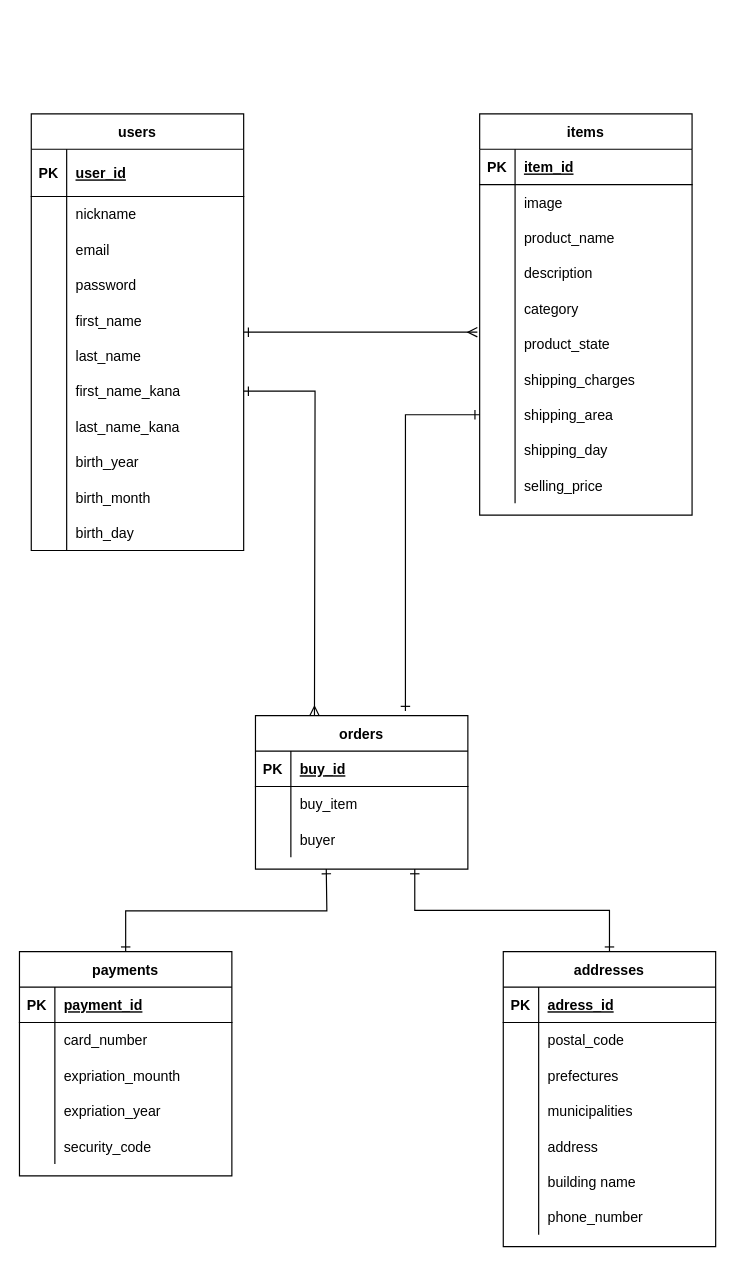
This is page "ページ1" (1 of 2) of public/furima.dio from toshi-1009/furima-35041, a draw.io file, before an edit. Source tidied: cells renumbered, new cells numbered last; positions are measured from the earlier drawing's top-left corner, leaving out a move shared by most shapes. Both pictures are drawn from the tidied source at 118%, with x=0, y=0 at pixel (19, 113).
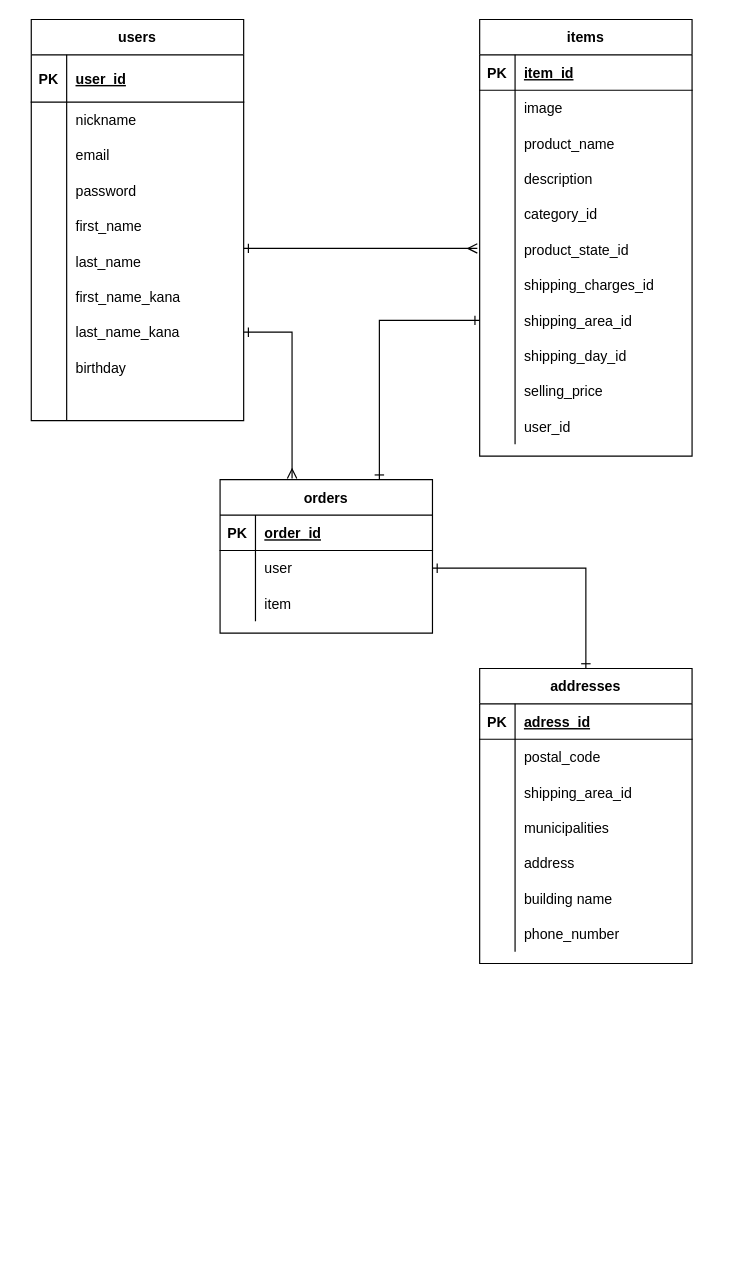
The same diagram, later.

Unchanged cells that the change refers to:
```xml
<mxCell id="16" style="shape=partialRectangle;fillColor=none;top=0;left=0;bottom=0;right=0;points=[[0,0.5],[1,0.5]];portConstraint=eastwest;" parent="3" vertex="1">
  <mxGeometry y="160" width="180" height="30" as="geometry" />
</mxCell>
<mxCell id="22" style="shape=partialRectangle;fillColor=none;top=0;left=0;bottom=0;right=0;points=[[0,0.5],[1,0.5]];portConstraint=eastwest;" parent="3" vertex="1">
  <mxGeometry y="220" width="180" height="30" as="geometry" />
</mxCell>
<mxCell id="25" style="shape=partialRectangle;fillColor=none;top=0;left=0;bottom=0;right=0;points=[[0,0.5],[1,0.5]];portConstraint=eastwest;" parent="3" vertex="1">
  <mxGeometry y="250" width="180" height="30" as="geometry" />
</mxCell>
<mxCell id="28" style="shape=partialRectangle;fillColor=none;top=0;left=0;bottom=0;right=0;" parent="3" vertex="1">
  <mxGeometry y="280" width="180" height="30" as="geometry" />
</mxCell>
<mxCell id="31" style="shape=partialRectangle;fillColor=none;top=0;left=0;bottom=0;right=0;" parent="3" vertex="1">
  <mxGeometry y="310" width="180" height="30" as="geometry" />
</mxCell>
<mxCell id="50" style="shape=partialRectangle;fillColor=none;top=0;left=0;bottom=0;right=0;" parent="37" vertex="1">
  <mxGeometry y="150" width="180" height="30" as="geometry" />
</mxCell>
<mxCell id="53" style="shape=partialRectangle;fillColor=none;top=0;left=0;bottom=0;right=0;points=[[0,0.5],[1,0.5]];portConstraint=eastwest;" parent="37" vertex="1">
  <mxGeometry y="180" width="180" height="30" as="geometry" />
</mxCell>
<mxCell id="56" style="shape=partialRectangle;fillColor=none;top=0;left=0;bottom=0;right=0;" parent="37" vertex="1">
  <mxGeometry y="210" width="180" height="30" as="geometry" />
</mxCell>
<mxCell id="70" style="shape=partialRectangle;fillColor=none;top=0;left=0;bottom=1;right=0;" parent="69" vertex="1">
  <mxGeometry y="30" width="180" height="30" as="geometry" />
</mxCell>
<mxCell id="73" style="shape=partialRectangle;fillColor=none;top=0;left=0;bottom=0;right=0;points=[[0,0.5],[1,0.5]];portConstraint=eastwest;" parent="69" vertex="1">
  <mxGeometry y="60" width="180" height="30" as="geometry" />
</mxCell>
<mxCell id="76" style="shape=partialRectangle;fillColor=none;top=0;left=0;bottom=0;right=0;" parent="69" vertex="1">
  <mxGeometry y="90" width="180" height="30" as="geometry" />
</mxCell>
<mxCell id="103" style="shape=partialRectangle;fillColor=none;top=0;left=0;bottom=0;right=0;" parent="96" vertex="1">
  <mxGeometry y="90" width="180" height="30" as="geometry" />
</mxCell>
```

Change to the diagram source:
```diff
@@
-    <mxCell id="2" style="edgeStyle=orthogonalEdgeStyle;rounded=0;jettySize=auto;html=1;entryX=-0.011;entryY=0.167;entryDx=0;entryDy=0;entryPerimeter=0;startArrow=ERone;startFill=0;endArrow=ERmany;endFill=0;" parent="1" edge="1" source="3" target="53">
-      <mxGeometry relative="1" as="geometry" />
+    <mxCell id="2" style="edgeStyle=orthogonalEdgeStyle;rounded=0;jettySize=auto;html=1;startArrow=ERone;startFill=0;endArrow=ERmany;endFill=0;exitX=1;exitY=1.133;exitDx=0;exitDy=0;exitPerimeter=0;" parent="1" edge="1" source="16">
+      <mxGeometry relative="1" as="geometry">
+        <mxPoint x="388" y="114" as="targetPoint" />
+        <Array as="points">
+          <mxPoint x="388" y="114" />
+        </Array>
+      </mxGeometry>
     </mxCell>
     <mxCell id="3" value="users" style="shape=table;startSize=30;childLayout=tableLayout;rowLines=0;fontStyle=1;align=center;" parent="1" vertex="1">
-      <mxGeometry x="10" width="180" height="370" as="geometry" />
+      <mxGeometry x="10" y="-80" width="180" height="340" as="geometry" />
     </mxCell>
@@
-    <mxCell id="30" value="birth_year" style="shape=partialRectangle;fillColor=none;top=0;left=0;bottom=0;right=0;align=left;spacingLeft=6;overflow=hidden;" parent="28" vertex="1">
+    <mxCell id="30" value="birthday" style="shape=partialRectangle;fillColor=none;top=0;left=0;bottom=0;right=0;align=left;spacingLeft=6;overflow=hidden;" parent="28" vertex="1">
       <mxGeometry x="30" width="150" height="30" as="geometry" />
     </mxCell>
@@
-    <mxCell id="32" style="shape=partialRectangle;fillColor=none;top=0;left=0;bottom=0;right=0;overflow=hidden;" parent="31" vertex="1">
-      <mxGeometry width="30" height="30" as="geometry" />
-    </mxCell>
-    <mxCell id="33" value="birth_month" style="shape=partialRectangle;fillColor=none;top=0;left=0;bottom=0;right=0;align=left;spacingLeft=6;overflow=hidden;" parent="31" vertex="1">
-      <mxGeometry x="30" width="150" height="30" as="geometry" />
-    </mxCell>
-    <mxCell id="34" style="shape=partialRectangle;fillColor=none;top=0;left=0;bottom=0;right=0;" parent="3" vertex="1">
-      <mxGeometry y="340" width="180" height="30" as="geometry" />
-    </mxCell>
-    <mxCell id="35" style="shape=partialRectangle;fillColor=none;top=0;left=0;bottom=0;right=0;overflow=hidden;" parent="34" vertex="1">
-      <mxGeometry width="30" height="30" as="geometry" />
-    </mxCell>
-    <mxCell id="36" value="birth_day" style="shape=partialRectangle;fillColor=none;top=0;left=0;bottom=0;right=0;align=left;spacingLeft=6;overflow=hidden;" parent="34" vertex="1">
-      <mxGeometry x="30" width="150" height="30" as="geometry" />
-    </mxCell>
+    <mxCell id="120" style="shape=partialRectangle;fillColor=none;top=0;left=0;bottom=0;right=0;overflow=hidden;" parent="31" vertex="1">
+      <mxGeometry width="30" height="30" as="geometry" />
+    </mxCell>
+    <mxCell id="121" style="shape=partialRectangle;fillColor=none;top=0;left=0;bottom=0;right=0;align=left;spacingLeft=6;overflow=hidden;" parent="31" vertex="1">
+      <mxGeometry x="30" width="150" height="30" as="geometry" />
+    </mxCell>
     <mxCell id="37" value="items" style="shape=table;startSize=30;childLayout=tableLayout;rowLines=0;fontStyle=1;align=center;" parent="1" vertex="1">
-      <mxGeometry x="390" width="180" height="340" as="geometry" />
+      <mxGeometry x="390" y="-80" width="180" height="370" as="geometry" />
     </mxCell>
@@
-    <mxCell id="52" value="category" style="shape=partialRectangle;fillColor=none;top=0;left=0;bottom=0;right=0;align=left;spacingLeft=6;overflow=hidden;" parent="50" vertex="1">
+    <mxCell id="52" value="category_id" style="shape=partialRectangle;fillColor=none;top=0;left=0;bottom=0;right=0;align=left;spacingLeft=6;overflow=hidden;" parent="50" vertex="1">
       <mxGeometry x="30" width="150" height="30" as="geometry" />
     </mxCell>
@@
-    <mxCell id="55" value="product_state" style="shape=partialRectangle;fillColor=none;top=0;left=0;bottom=0;right=0;align=left;spacingLeft=6;overflow=hidden;" parent="53" vertex="1">
+    <mxCell id="55" value="product_state_id" style="shape=partialRectangle;fillColor=none;top=0;left=0;bottom=0;right=0;align=left;spacingLeft=6;overflow=hidden;" parent="53" vertex="1">
       <mxGeometry x="30" width="150" height="30" as="geometry" />
     </mxCell>
@@
-    <mxCell id="58" value="shipping_charges" style="shape=partialRectangle;fillColor=none;top=0;left=0;bottom=0;right=0;align=left;spacingLeft=6;overflow=hidden;" parent="56" vertex="1">
+    <mxCell id="58" value="shipping_charges_id" style="shape=partialRectangle;fillColor=none;top=0;left=0;bottom=0;right=0;align=left;spacingLeft=6;overflow=hidden;" parent="56" vertex="1">
       <mxGeometry x="30" width="150" height="30" as="geometry" />
     </mxCell>
+    <mxCell id="122" style="shape=partialRectangle;fillColor=none;top=0;left=0;bottom=0;right=0;points=[[0,0.5],[1,0.5]];portConstraint=eastwest;" parent="37" vertex="1">
+      <mxGeometry y="240" width="180" height="30" as="geometry" />
+    </mxCell>
+    <mxCell id="123" style="shape=partialRectangle;fillColor=none;top=0;left=0;bottom=0;right=0;overflow=hidden;" parent="122" vertex="1">
+      <mxGeometry width="30" height="30" as="geometry" />
+    </mxCell>
+    <mxCell id="124" value="shipping_area_id" style="shape=partialRectangle;fillColor=none;top=0;left=0;bottom=0;right=0;align=left;spacingLeft=6;overflow=hidden;" parent="122" vertex="1">
+      <mxGeometry x="30" width="150" height="30" as="geometry" />
+    </mxCell>
     <mxCell id="59" style="shape=partialRectangle;fillColor=none;top=0;left=0;bottom=0;right=0;points=[[0,0.5],[1,0.5]];portConstraint=eastwest;" parent="37" vertex="1">
-      <mxGeometry y="240" width="180" height="30" as="geometry" />
+      <mxGeometry y="270" width="180" height="30" as="geometry" />
     </mxCell>
@@
-    <mxCell id="61" value="shipping_area" style="shape=partialRectangle;fillColor=none;top=0;left=0;bottom=0;right=0;align=left;spacingLeft=6;overflow=hidden;" parent="59" vertex="1">
+    <mxCell id="61" value="shipping_day_id" style="shape=partialRectangle;fillColor=none;top=0;left=0;bottom=0;right=0;align=left;spacingLeft=6;overflow=hidden;" parent="59" vertex="1">
       <mxGeometry x="30" width="150" height="30" as="geometry" />
     </mxCell>
-    <mxCell id="62" style="shape=partialRectangle;fillColor=none;top=0;left=0;bottom=0;right=0;" parent="37" vertex="1">
-      <mxGeometry y="270" width="180" height="30" as="geometry" />
-    </mxCell>
-    <mxCell id="63" style="shape=partialRectangle;fillColor=none;top=0;left=0;bottom=0;right=0;overflow=hidden;" parent="62" vertex="1">
-      <mxGeometry width="30" height="30" as="geometry" />
-    </mxCell>
-    <mxCell id="64" value="shipping_day" style="shape=partialRectangle;fillColor=none;top=0;left=0;bottom=0;right=0;align=left;spacingLeft=6;overflow=hidden;" parent="62" vertex="1">
-      <mxGeometry x="30" width="150" height="30" as="geometry" />
-    </mxCell>
@@
-    <mxCell id="68" style="edgeStyle=orthogonalEdgeStyle;rounded=0;jettySize=auto;html=1;exitX=0.75;exitY=1;exitDx=0;exitDy=0;entryX=0.5;entryY=0;entryDx=0;entryDy=0;startArrow=ERone;startFill=0;endArrow=ERone;endFill=0;" parent="1" edge="1" source="69" target="96">
-      <mxGeometry relative="1" as="geometry" />
-    </mxCell>
+    <mxCell id="125" style="shape=partialRectangle;fillColor=none;top=0;left=0;bottom=0;right=0;" parent="37" vertex="1">
+      <mxGeometry y="330" width="180" height="30" as="geometry" />
+    </mxCell>
+    <mxCell id="126" style="shape=partialRectangle;fillColor=none;top=0;left=0;bottom=0;right=0;overflow=hidden;" parent="125" vertex="1">
+      <mxGeometry width="30" height="30" as="geometry" />
+    </mxCell>
+    <mxCell id="127" value="user_id" style="shape=partialRectangle;fillColor=none;top=0;left=0;bottom=0;right=0;align=left;spacingLeft=6;overflow=hidden;" parent="125" vertex="1">
+      <mxGeometry x="30" width="150" height="30" as="geometry" />
+    </mxCell>
     <mxCell id="69" value="orders" style="shape=table;startSize=30;childLayout=tableLayout;rowLines=0;fontStyle=1;align=center;" parent="1" vertex="1">
-      <mxGeometry x="200" y="510" width="180" height="130" as="geometry" />
+      <mxGeometry x="170" y="310" width="180" height="130" as="geometry" />
     </mxCell>
@@
-    <mxCell id="72" value="buy_id" style="shape=partialRectangle;fillColor=none;top=0;left=0;bottom=0;right=0;align=left;spacingLeft=6;fontStyle=5;overflow=hidden;" parent="70" vertex="1">
+    <mxCell id="72" value="order_id" style="shape=partialRectangle;fillColor=none;top=0;left=0;bottom=0;right=0;align=left;spacingLeft=6;fontStyle=5;overflow=hidden;" parent="70" vertex="1">
       <mxGeometry x="30" width="150" height="30" as="geometry" />
     </mxCell>
@@
-    <mxCell id="75" value="buy_item" style="shape=partialRectangle;fillColor=none;top=0;left=0;bottom=0;right=0;align=left;spacingLeft=6;overflow=hidden;" parent="73" vertex="1">
+    <mxCell id="75" value="user" style="shape=partialRectangle;fillColor=none;top=0;left=0;bottom=0;right=0;align=left;spacingLeft=6;overflow=hidden;" parent="73" vertex="1">
       <mxGeometry x="30" width="150" height="30" as="geometry" />
     </mxCell>
@@
-    <mxCell id="78" value="buyer" style="shape=partialRectangle;fillColor=none;top=0;left=0;bottom=0;right=0;align=left;spacingLeft=6;overflow=hidden;" parent="76" vertex="1">
+    <mxCell id="78" value="item" style="shape=partialRectangle;fillColor=none;top=0;left=0;bottom=0;right=0;align=left;spacingLeft=6;overflow=hidden;" parent="76" vertex="1">
       <mxGeometry x="30" width="150" height="30" as="geometry" />
     </mxCell>
-    <mxCell id="79" style="edgeStyle=orthogonalEdgeStyle;rounded=0;jettySize=auto;html=1;exitX=0.5;exitY=0;exitDx=0;exitDy=0;startArrow=ERone;startFill=0;endArrow=ERone;endFill=0;" parent="1" edge="1" source="80">
-      <mxGeometry relative="1" as="geometry">
-        <mxPoint x="260" y="640" as="targetPoint" />
-      </mxGeometry>
-    </mxCell>
-    <mxCell id="80" value="payments" style="shape=table;startSize=30;childLayout=tableLayout;rowLines=0;fontStyle=1;align=center;" parent="1" vertex="1">
-      <mxGeometry y="710" width="180" height="190" as="geometry" />
-    </mxCell>
-    <mxCell id="81" style="shape=partialRectangle;fillColor=none;top=0;left=0;bottom=1;right=0;" parent="80" vertex="1">
-      <mxGeometry y="30" width="180" height="30" as="geometry" />
-    </mxCell>
-    <mxCell id="82" value="PK" style="shape=partialRectangle;fillColor=none;top=0;left=0;bottom=0;right=0;fontStyle=1;overflow=hidden;" parent="81" vertex="1">
-      <mxGeometry width="30" height="30" as="geometry" />
-    </mxCell>
-    <mxCell id="83" value="payment_id" style="shape=partialRectangle;fillColor=none;top=0;left=0;bottom=0;right=0;align=left;spacingLeft=6;fontStyle=5;overflow=hidden;" parent="81" vertex="1">
-      <mxGeometry x="30" width="150" height="30" as="geometry" />
-    </mxCell>
-    <mxCell id="84" style="shape=partialRectangle;fillColor=none;top=0;left=0;bottom=0;right=0;" parent="80" vertex="1">
-      <mxGeometry y="60" width="180" height="30" as="geometry" />
-    </mxCell>
-    <mxCell id="85" style="shape=partialRectangle;fillColor=none;top=0;left=0;bottom=0;right=0;overflow=hidden;" parent="84" vertex="1">
-      <mxGeometry width="30" height="30" as="geometry" />
-    </mxCell>
-    <mxCell id="86" value="card_number" style="shape=partialRectangle;fillColor=none;top=0;left=0;bottom=0;right=0;align=left;spacingLeft=6;overflow=hidden;" parent="84" vertex="1">
-      <mxGeometry x="30" width="150" height="30" as="geometry" />
-    </mxCell>
-    <mxCell id="87" style="shape=partialRectangle;fillColor=none;top=0;left=0;bottom=0;right=0;" parent="80" vertex="1">
-      <mxGeometry y="90" width="180" height="30" as="geometry" />
-    </mxCell>
-    <mxCell id="88" style="shape=partialRectangle;fillColor=none;top=0;left=0;bottom=0;right=0;overflow=hidden;" parent="87" vertex="1">
-      <mxGeometry width="30" height="30" as="geometry" />
-    </mxCell>
-    <mxCell id="89" value="expriation_mounth" style="shape=partialRectangle;fillColor=none;top=0;left=0;bottom=0;right=0;align=left;spacingLeft=6;overflow=hidden;" parent="87" vertex="1">
-      <mxGeometry x="30" width="150" height="30" as="geometry" />
-    </mxCell>
-    <mxCell id="90" style="shape=partialRectangle;fillColor=none;top=0;left=0;bottom=0;right=0;" parent="80" vertex="1">
-      <mxGeometry y="120" width="180" height="30" as="geometry" />
-    </mxCell>
-    <mxCell id="91" style="shape=partialRectangle;fillColor=none;top=0;left=0;bottom=0;right=0;overflow=hidden;" parent="90" vertex="1">
-      <mxGeometry width="30" height="30" as="geometry" />
-    </mxCell>
-    <mxCell id="92" value="expriation_year" style="shape=partialRectangle;fillColor=none;top=0;left=0;bottom=0;right=0;align=left;spacingLeft=6;overflow=hidden;" parent="90" vertex="1">
-      <mxGeometry x="30" width="150" height="30" as="geometry" />
-    </mxCell>
-    <mxCell id="93" style="shape=partialRectangle;fillColor=none;top=0;left=0;bottom=0;right=0;" parent="80" vertex="1">
-      <mxGeometry y="150" width="180" height="30" as="geometry" />
-    </mxCell>
-    <mxCell id="94" style="shape=partialRectangle;fillColor=none;top=0;left=0;bottom=0;right=0;overflow=hidden;" parent="93" vertex="1">
-      <mxGeometry width="30" height="30" as="geometry" />
-    </mxCell>
-    <mxCell id="95" value="security_code" style="shape=partialRectangle;fillColor=none;top=0;left=0;bottom=0;right=0;align=left;spacingLeft=6;overflow=hidden;" parent="93" vertex="1">
-      <mxGeometry x="30" width="150" height="30" as="geometry" />
-    </mxCell>
     <mxCell id="96" value="addresses" style="shape=table;startSize=30;childLayout=tableLayout;rowLines=0;fontStyle=1;align=center;" parent="1" vertex="1">
-      <mxGeometry x="410" y="710" width="180" height="250" as="geometry" />
+      <mxGeometry x="390" y="470" width="180" height="250" as="geometry" />
     </mxCell>
@@
-    <mxCell id="105" value="prefectures" style="shape=partialRectangle;fillColor=none;top=0;left=0;bottom=0;right=0;align=left;spacingLeft=6;overflow=hidden;" parent="103" vertex="1">
+    <mxCell id="105" value="shipping_area_id" style="shape=partialRectangle;fillColor=none;top=0;left=0;bottom=0;right=0;align=left;spacingLeft=6;overflow=hidden;" parent="103" vertex="1">
       <mxGeometry x="30" width="150" height="30" as="geometry" />
     </mxCell>
@@
-    <mxCell id="118" style="edgeStyle=orthogonalEdgeStyle;rounded=0;jettySize=auto;html=1;exitX=1;exitY=0.5;exitDx=0;exitDy=0;startArrow=ERone;startFill=0;endArrow=ERmany;endFill=0;" parent="1" edge="1" source="22">
-      <mxGeometry relative="1" as="geometry">
-        <mxPoint x="250" y="510" as="targetPoint" />
-      </mxGeometry>
-    </mxCell>
-    <mxCell id="119" style="edgeStyle=orthogonalEdgeStyle;rounded=0;jettySize=auto;html=1;exitX=0;exitY=0.5;exitDx=0;exitDy=0;entryX=0.706;entryY=-0.03;entryDx=0;entryDy=0;entryPerimeter=0;startArrow=ERone;startFill=0;endArrow=ERone;endFill=0;" parent="1" edge="1" source="59" target="69">
-      <mxGeometry relative="1" as="geometry" />
-    </mxCell>
+    <mxCell id="128" style="edgeStyle=orthogonalEdgeStyle;rounded=0;jettySize=auto;html=1;exitX=1;exitY=0.5;exitDx=0;exitDy=0;entryX=0.339;entryY=-0.008;entryDx=0;entryDy=0;entryPerimeter=0;endArrow=ERmany;endFill=0;startArrow=ERone;startFill=0;" parent="1" edge="1" source="25" target="69">
+      <mxGeometry relative="1" as="geometry">
+        <Array as="points">
+          <mxPoint x="231" y="185" />
+        </Array>
+      </mxGeometry>
+    </mxCell>
+    <mxCell id="129" style="edgeStyle=orthogonalEdgeStyle;rounded=0;jettySize=auto;html=1;exitX=0;exitY=0.5;exitDx=0;exitDy=0;entryX=0.75;entryY=0;entryDx=0;entryDy=0;startArrow=ERone;startFill=0;endArrow=ERone;endFill=0;" parent="1" edge="1" source="122" target="69">
+      <mxGeometry relative="1" as="geometry" />
+    </mxCell>
+    <mxCell id="130" style="edgeStyle=orthogonalEdgeStyle;rounded=0;jettySize=auto;html=1;exitX=1;exitY=0.5;exitDx=0;exitDy=0;entryX=0.5;entryY=0;entryDx=0;entryDy=0;startArrow=ERone;startFill=0;endArrow=ERone;endFill=0;" parent="1" edge="1" source="73" target="96">
+      <mxGeometry relative="1" as="geometry" />
+    </mxCell>
```
